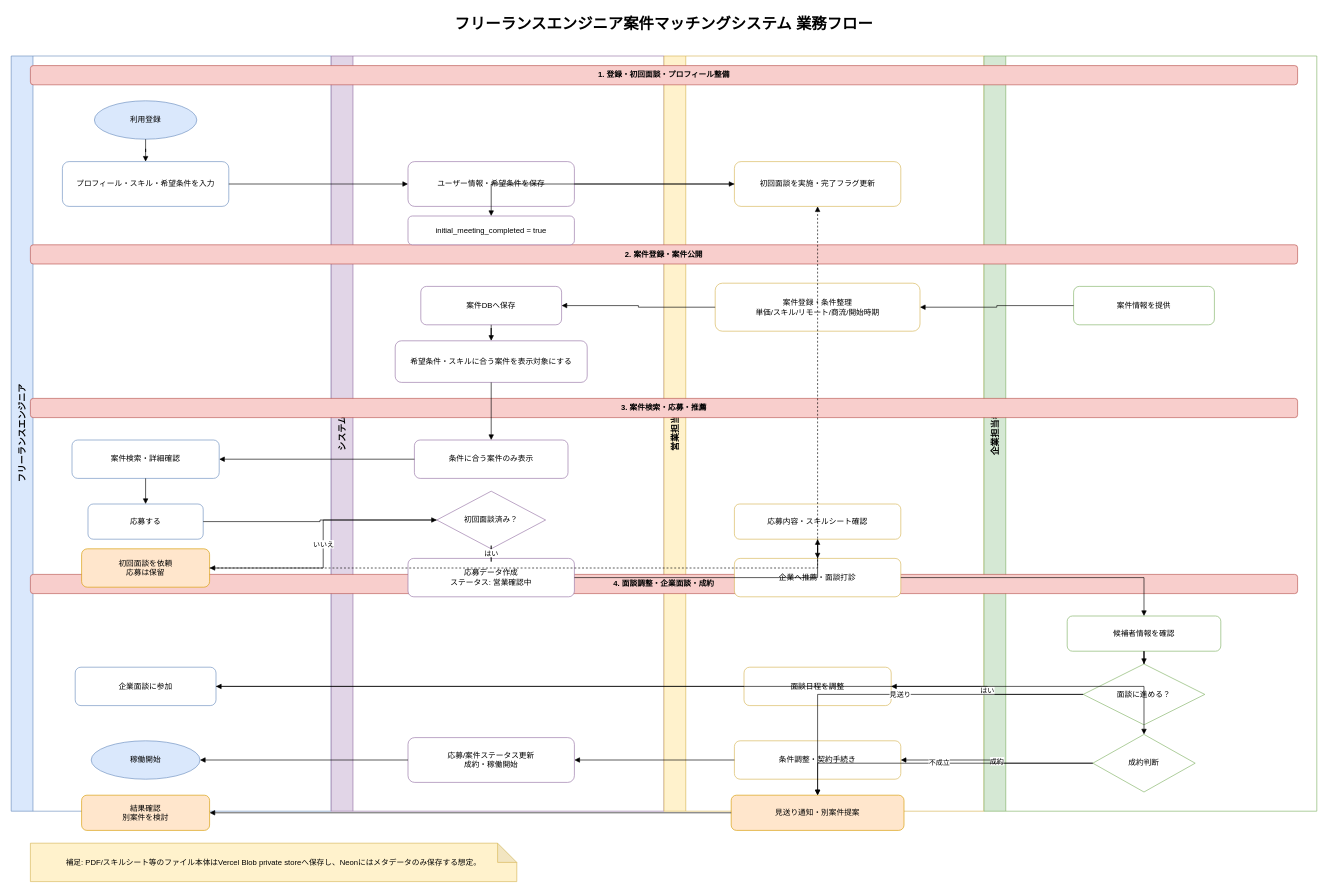
Above: docs/workflow.drawio in taneie/taneie (draw.io), before the change. Source tidied: cells renumbered, new cells numbered last; positions are measured from the earlier drawing's top-left corner, leaving out a move shared by most shapes. Both pictures are drawn from the tidied source at 64%, with x=0, y=0 at pixel (11, 11).
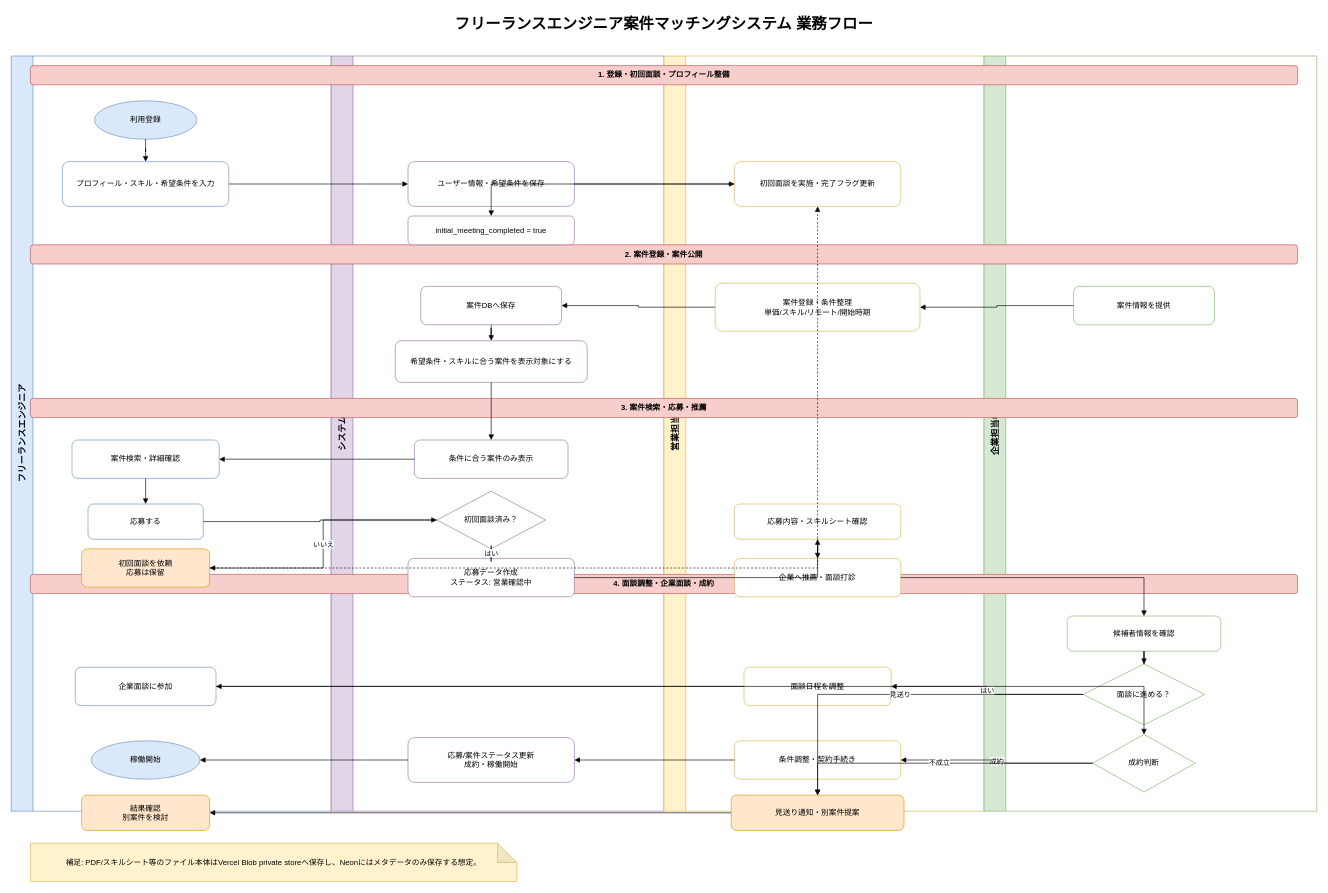
Above is the later version.

Change to the diagram source:
```diff
@@
-    <mxCell id="17" value="案件登録・条件整理&lt;br&gt;単価/スキル/リモート/商流/開始時期" style="rounded=1;whiteSpace=wrap;html=1;fillColor=#ffffff;strokeColor=#d6b656;" parent="1" vertex="1">
+    <mxCell id="17" value="案件登録・条件整理&lt;br&gt;単価/スキル/リモート/開始時期" style="rounded=1;whiteSpace=wrap;html=1;fillColor=#ffffff;strokeColor=#d6b656;" parent="1" vertex="1">
       <mxGeometry x="1100" y="425" width="320" height="75" as="geometry" />
     </mxCell>
```
